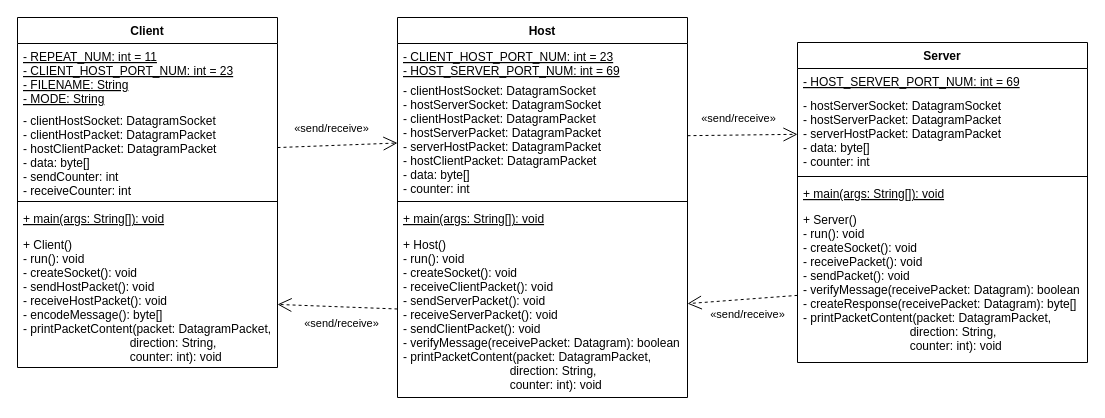
Earlier version of the draw.io diagram page "UML-class" (1 of 2) of A2.drawio (trong0dn/Client-Intermediate-Server). Source tidied: cells renumbered, new cells numbered last; positions are measured from the earlier drawing's top-left corner, leaving out a move shared by most shapes. Both pictures are drawn from the tidied source at 100%, with x=0, y=0 at pixel (17, 17).
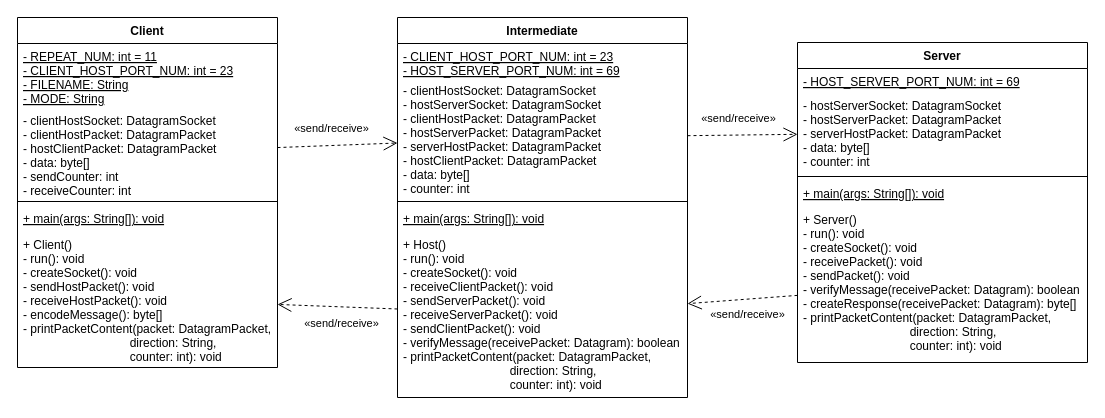
The same page after the edit.

Diff of the diagram source:
```diff
@@
-    <mxCell id="8" value="Host" style="swimlane;fontStyle=1;align=center;verticalAlign=top;horizontal=1;startSize=26;" parent="1" vertex="1">
+    <mxCell id="8" value="Intermediate" style="swimlane;fontStyle=1;align=center;verticalAlign=top;horizontal=1;startSize=26;" parent="1" vertex="1">
       <mxGeometry x="380" width="290" height="380" as="geometry" />
     </mxCell>
```
